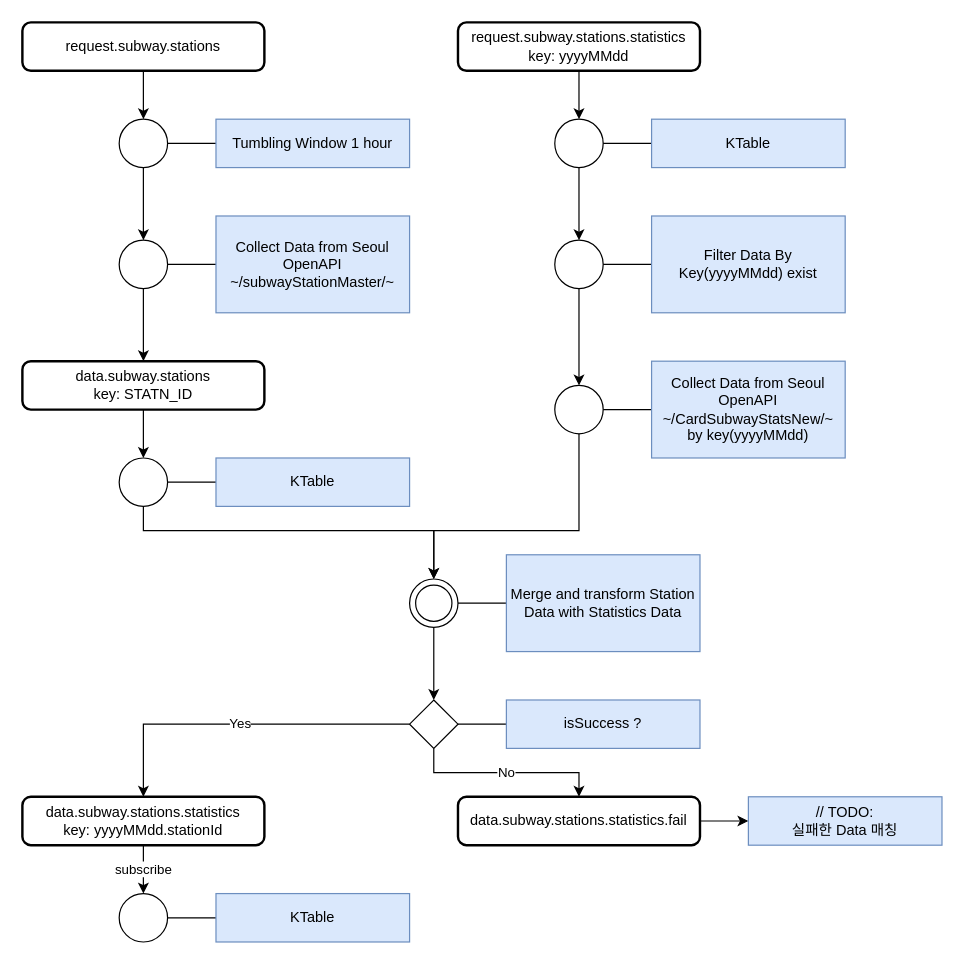
This is subway/subwayTopology.drawio from p-bear/charts.draw.io, a draw.io file, before an edit. Source tidied: cells renumbered, new cells numbered last; positions are measured from the earlier drawing's top-left corner, leaving out a move shared by most shapes. Both pictures are drawn from the tidied source at 121%, with x=0, y=0 at pixel (22, 22).
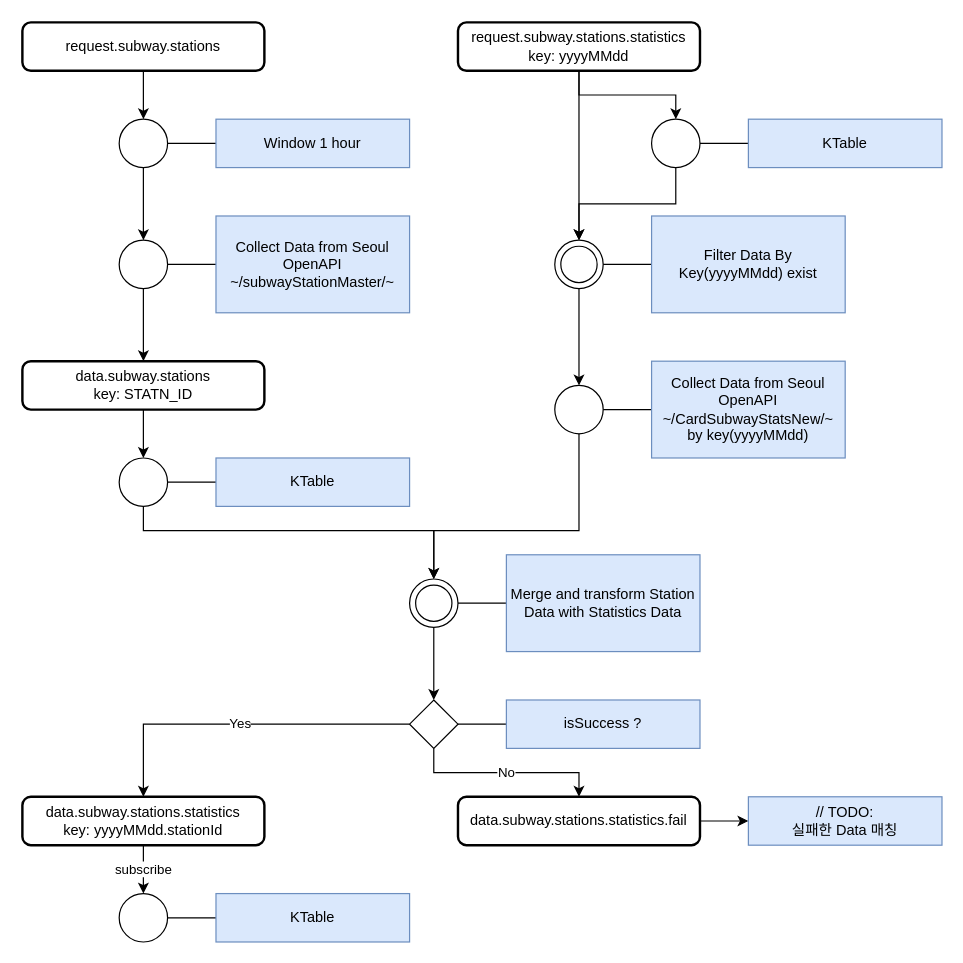
The same diagram, later.

Unchanged cells that the change refers to:
```xml
<mxCell id="12" value="&lt;div&gt;&lt;span style=&quot;background-color: initial;&quot;&gt;request.subway.stations.statistics&lt;/span&gt;&lt;br&gt;&lt;/div&gt;&lt;div&gt;&lt;span style=&quot;background-color: initial;&quot;&gt;key: yyyyMMdd&lt;/span&gt;&lt;/div&gt;" style="rounded=1;whiteSpace=wrap;html=1;absoluteArcSize=1;arcSize=14;strokeWidth=2;" parent="1" vertex="1">
  <mxGeometry x="360" width="200" height="40" as="geometry" />
</mxCell>
<mxCell id="20" style="shape=ellipse;html=1;dashed=0;whiteSpace=wrap;perimeter=ellipsePerimeter;" parent="19" vertex="1">
  <mxGeometry width="40" height="40" as="geometry" />
</mxCell>
<mxCell id="23" style="group;" parent="1" vertex="1">
  <mxGeometry x="440" y="160" width="240" height="80" as="geometry" />
</mxCell>
<mxCell id="24" style="shape=ellipse;html=1;dashed=0;whiteSpace=wrap;perimeter=ellipsePerimeter;" parent="23" vertex="1">
  <mxGeometry y="20" width="40" height="40" as="geometry" />
</mxCell>
<mxCell id="33" style="group;" parent="1" vertex="1">
  <mxGeometry x="80" y="80" width="240" height="40" as="geometry" />
</mxCell>
```

The edit, as a diff of the source:
```diff
@@
+    <mxCell id="60" style="edgeStyle=orthogonalEdgeStyle;rounded=0;jettySize=auto;html=1;entryX=0.5;entryY=0;entryDx=0;entryDy=0;" parent="1" edge="1" source="12" target="24">
+      <mxGeometry relative="1" as="geometry" />
+    </mxCell>
@@
-    <mxCell id="17" style="edgeStyle=orthogonalEdgeStyle;rounded=0;jettySize=auto;html=1;entryX=0.5;entryY=0;entryDx=0;entryDy=0;" parent="1" edge="1" source="20" target="24">
+    <mxCell id="17" style="edgeStyle=orthogonalEdgeStyle;rounded=0;jettySize=auto;html=1;entryX=0.5;entryY=0;entryDx=0;entryDy=0;exitX=0.5;exitY=1;exitDx=0;exitDy=0;" parent="1" edge="1" source="20" target="24">
       <mxGeometry relative="1" as="geometry" />
     </mxCell>
@@
     <mxCell id="19" style="group;" parent="1" vertex="1">
-      <mxGeometry x="440" y="80" width="240" height="40" as="geometry" />
+      <mxGeometry x="520" y="80" width="240" height="40" as="geometry" />
     </mxCell>
@@
+    <mxCell id="61" style="ellipse;whiteSpace=wrap;html=1;" parent="23" vertex="1">
+      <mxGeometry x="5" y="25" width="30" height="30" as="geometry" />
+    </mxCell>
@@
-    <mxCell id="36" value="Tumbling Window 1 hour" style="text;html=1;align=center;verticalAlign=middle;whiteSpace=wrap;rounded=0;fillColor=#dae8fc;strokeColor=#6c8ebf;" parent="33" vertex="1">
+    <mxCell id="36" value="Window 1 hour" style="text;html=1;align=center;verticalAlign=middle;whiteSpace=wrap;rounded=0;fillColor=#dae8fc;strokeColor=#6c8ebf;" parent="33" vertex="1">
       <mxGeometry x="80" width="160" height="40" as="geometry" />
     </mxCell>
```
